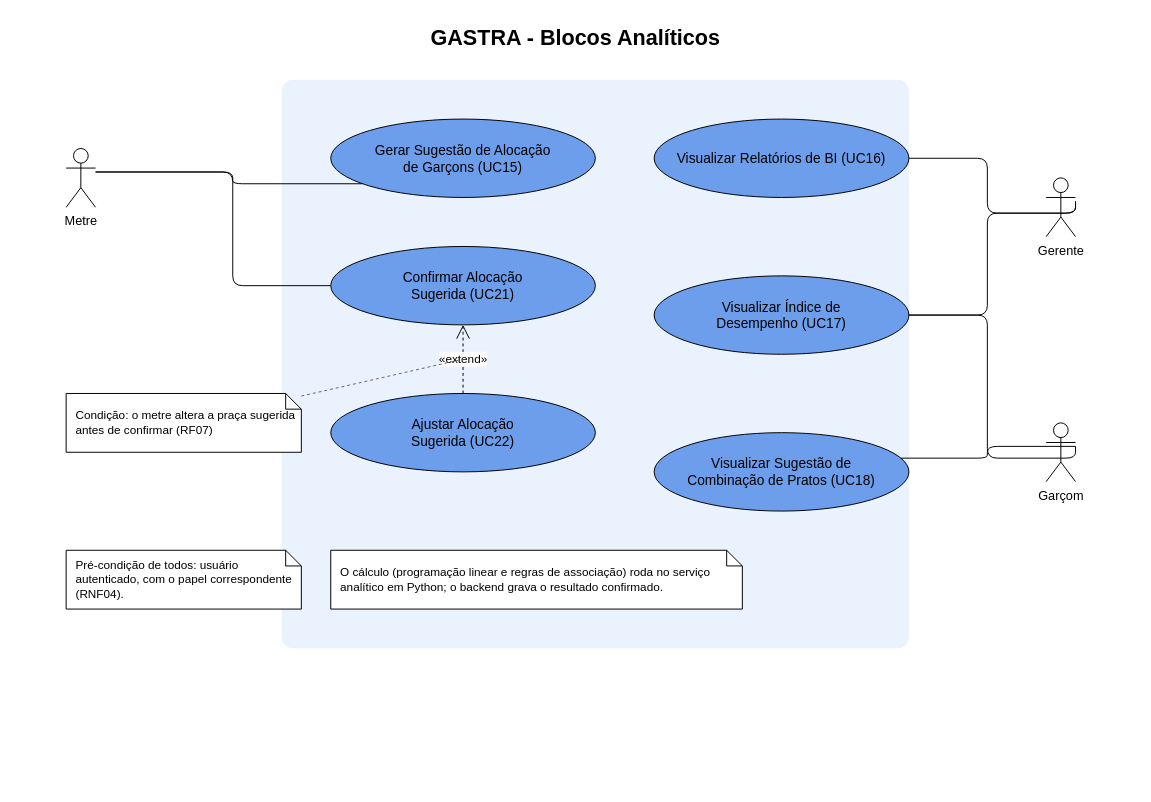
Before: docs/diagramas/_fontes/GASTRA_UC_BlocosAnaliticos.drawio in danih-vb/gastra-tg, a draw.io diagram. Source tidied: cells renumbered, new cells numbered last; positions are measured from the earlier drawing's top-left corner, leaving out a move shared by most shapes. Both pictures are drawn from the tidied source at 98%, with x=0, y=0 at pixel (17, 17).
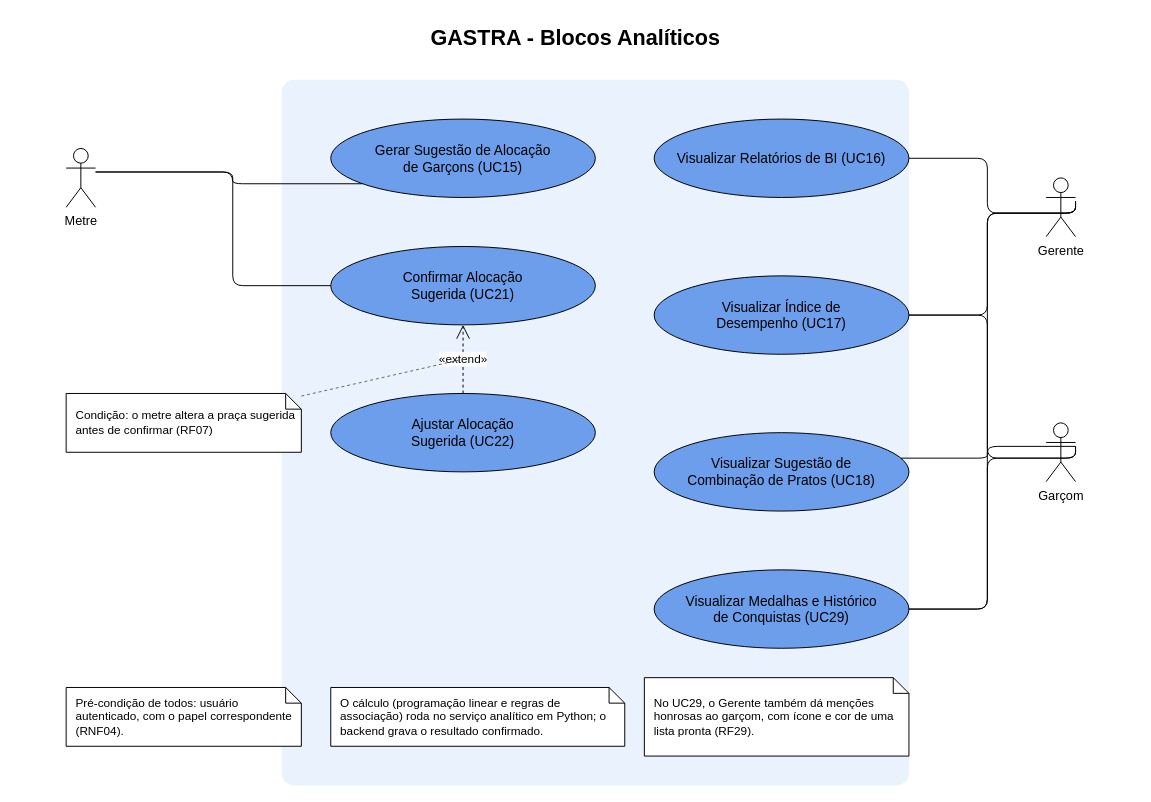
After the change.

Unchanged cells that the change refers to:
```xml
<mxCell id="5" value="Gerente" style="shape=umlActor;verticalLabelPosition=bottom;verticalAlign=top;html=1;outlineConnect=0;fontSize=13;" parent="1" vertex="1">
  <mxGeometry x="1050" y="164" width="30" height="60" as="geometry" />
</mxCell>
<mxCell id="6" value="Garçom" style="shape=umlActor;verticalLabelPosition=bottom;verticalAlign=top;html=1;outlineConnect=0;fontSize=13;" parent="1" vertex="1">
  <mxGeometry x="1050" y="414" width="30" height="60" as="geometry" />
</mxCell>
```

Diff of the diagram source:
```diff
@@
     <mxCell id="3" style="rounded=1;arcSize=2;whiteSpace=wrap;html=1;fillColor=#eaf2fd;strokeColor=none;" parent="1" vertex="1">
-      <mxGeometry x="270" y="64" width="640" height="580" as="geometry" />
+      <mxGeometry x="270" y="64" width="640" height="720" as="geometry" />
     </mxCell>
@@
     <mxCell id="22" value="Pré-condição de todos: usuário autenticado, com o papel correspondente (RNF04)." style="shape=note;size=16;whiteSpace=wrap;html=1;align=left;spacingLeft=8;fillColor=#ffffff;strokeColor=#000000;fontSize=12;" parent="1" vertex="1">
-      <mxGeometry x="50" y="544" width="240" height="60" as="geometry" />
+      <mxGeometry x="50" y="684" width="240" height="60" as="geometry" />
     </mxCell>
     <mxCell id="23" value="O cálculo (programação linear e regras de associação) roda no serviço analítico em Python; o backend grava o resultado confirmado." style="shape=note;size=16;whiteSpace=wrap;html=1;align=left;spacingLeft=8;fillColor=#ffffff;strokeColor=#000000;fontSize=12;" parent="1" vertex="1">
-      <mxGeometry x="320" y="544" width="420" height="60" as="geometry" />
+      <mxGeometry x="320" y="684" width="300" height="60" as="geometry" />
     </mxCell>
+    <mxCell id="24" value="Visualizar Medalhas e Histórico&lt;br&gt;de Conquistas (UC29)" style="rounded=0;whiteSpace=wrap;html=1;ellipse;fillColor=#6c9eeb;strokeColor=#000000;fontColor=#000000;fontSize=14;verticalAlign=middle;" parent="1" vertex="1">
+      <mxGeometry x="650" y="564" width="260" height="80" as="geometry" />
+    </mxCell>
+    <mxCell id="25" style="edgeStyle=orthogonalEdgeStyle;rounded=1;html=1;endArrow=none;strokeColor=#000000;exitX=1;exitY=0.4;exitDx=0;exitDy=0;" parent="1" edge="1" source="5" target="24">
+      <mxGeometry relative="1" as="geometry">
+        <Array as="points">
+          <mxPoint x="990" y="200" />
+          <mxPoint x="990" y="604" />
+        </Array>
+      </mxGeometry>
+    </mxCell>
+    <mxCell id="26" style="edgeStyle=orthogonalEdgeStyle;rounded=1;html=1;endArrow=none;strokeColor=#000000;exitX=1;exitY=0.4;exitDx=0;exitDy=0;" parent="1" edge="1" source="6" target="24">
+      <mxGeometry relative="1" as="geometry">
+        <Array as="points">
+          <mxPoint x="990" y="450" />
+          <mxPoint x="990" y="604" />
+        </Array>
+      </mxGeometry>
+    </mxCell>
+    <mxCell id="27" value="No UC29, o Gerente também dá menções honrosas ao garçom, com ícone e cor de uma lista pronta (RF29)." style="shape=note;size=16;whiteSpace=wrap;html=1;align=left;spacingLeft=8;fillColor=#ffffff;strokeColor=#000000;fontSize=12;" parent="1" vertex="1">
+      <mxGeometry x="640" y="674" width="270" height="80" as="geometry" />
+    </mxCell>
```
